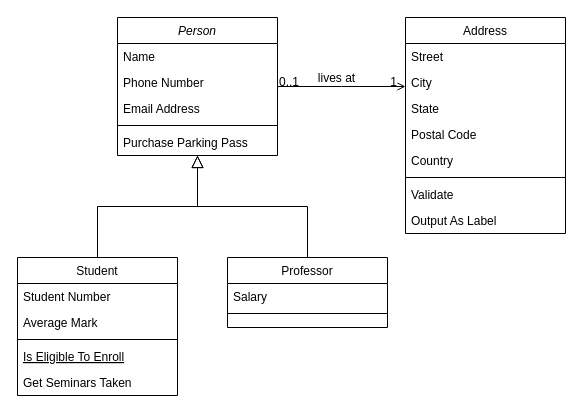
This is Diagramme sans nom.drawio from OnyxXs/JAVA_P4, a draw.io file, before an edit. Source tidied: cells renumbered, new cells numbered last; positions are measured from the earlier drawing's top-left corner, leaving out a move shared by most shapes. Both pictures are drawn from the tidied source at 100%, with x=0, y=0 at pixel (17, 17).
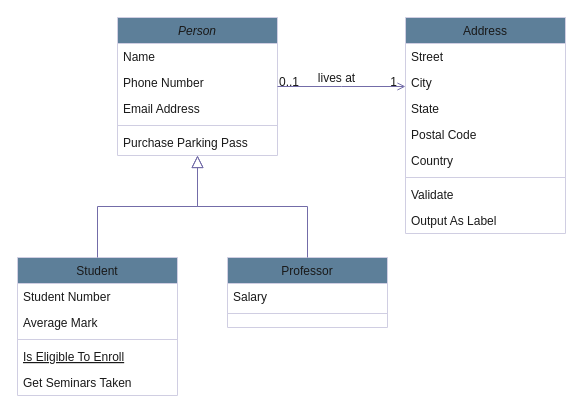
After the change.

Commit message:
Mettre à jour Diagramme sans nom.drawio

The edit, as a diff of the source:
```diff
@@
-    <mxCell id="2" value="Person" style="swimlane;fontStyle=2;align=center;verticalAlign=top;horizontal=1;startSize=26;rounded=0;shadow=0;strokeWidth=1;" parent="1" vertex="1">
+    <mxCell id="2" value="Person" style="swimlane;fontStyle=2;align=center;verticalAlign=top;horizontal=1;startSize=26;rounded=0;shadow=0;strokeWidth=1;labelBackgroundColor=none;fillColor=#5D7F99;strokeColor=#D0CEE2;fontColor=#1A1A1A;" parent="1" vertex="1">
       <mxGeometry x="100" width="160" height="138" as="geometry" />
     </mxCell>
-    <mxCell id="3" value="Name" style="text;align=left;verticalAlign=top;spacingLeft=4;spacingRight=4;overflow=hidden;" parent="2" vertex="1">
+    <mxCell id="3" value="Name" style="text;align=left;verticalAlign=top;spacingLeft=4;spacingRight=4;overflow=hidden;labelBackgroundColor=none;fontColor=#1A1A1A;" parent="2" vertex="1">
       <mxGeometry y="26" width="160" height="26" as="geometry" />
     </mxCell>
-    <mxCell id="4" value="Phone Number" style="text;align=left;verticalAlign=top;spacingLeft=4;spacingRight=4;overflow=hidden;rounded=0;shadow=0;html=0;" parent="2" vertex="1">
+    <mxCell id="4" value="Phone Number" style="text;align=left;verticalAlign=top;spacingLeft=4;spacingRight=4;overflow=hidden;rounded=0;shadow=0;html=0;labelBackgroundColor=none;fontColor=#1A1A1A;" parent="2" vertex="1">
       <mxGeometry y="52" width="160" height="26" as="geometry" />
     </mxCell>
-    <mxCell id="5" value="Email Address" style="text;align=left;verticalAlign=top;spacingLeft=4;spacingRight=4;overflow=hidden;rounded=0;shadow=0;html=0;" parent="2" vertex="1">
+    <mxCell id="5" value="Email Address" style="text;align=left;verticalAlign=top;spacingLeft=4;spacingRight=4;overflow=hidden;rounded=0;shadow=0;html=0;labelBackgroundColor=none;fontColor=#1A1A1A;" parent="2" vertex="1">
       <mxGeometry y="78" width="160" height="26" as="geometry" />
     </mxCell>
-    <mxCell id="6" style="line;html=1;strokeWidth=1;align=left;verticalAlign=middle;spacingTop=-1;spacingLeft=3;spacingRight=3;labelPosition=right;" parent="2" vertex="1">
+    <mxCell id="6" style="line;html=1;strokeWidth=1;align=left;verticalAlign=middle;spacingTop=-1;spacingLeft=3;spacingRight=3;labelPosition=right;labelBackgroundColor=none;fillColor=#5D7F99;strokeColor=#D0CEE2;fontColor=#1A1A1A;" parent="2" vertex="1">
       <mxGeometry y="104" width="160" height="8" as="geometry" />
     </mxCell>
-    <mxCell id="7" value="Purchase Parking Pass" style="text;align=left;verticalAlign=top;spacingLeft=4;spacingRight=4;overflow=hidden;" parent="2" vertex="1">
+    <mxCell id="7" value="Purchase Parking Pass" style="text;align=left;verticalAlign=top;spacingLeft=4;spacingRight=4;overflow=hidden;labelBackgroundColor=none;fontColor=#1A1A1A;" parent="2" vertex="1">
       <mxGeometry y="112" width="160" height="26" as="geometry" />
     </mxCell>
-    <mxCell id="8" value="Student" style="swimlane;fontStyle=0;align=center;verticalAlign=top;horizontal=1;startSize=26;rounded=0;shadow=0;strokeWidth=1;" parent="1" vertex="1">
+    <mxCell id="8" value="Student" style="swimlane;fontStyle=0;align=center;verticalAlign=top;horizontal=1;startSize=26;rounded=0;shadow=0;strokeWidth=1;labelBackgroundColor=none;fillColor=#5D7F99;strokeColor=#D0CEE2;fontColor=#1A1A1A;" parent="1" vertex="1">
       <mxGeometry y="240" width="160" height="138" as="geometry" />
     </mxCell>
-    <mxCell id="9" value="Student Number" style="text;align=left;verticalAlign=top;spacingLeft=4;spacingRight=4;overflow=hidden;" parent="8" vertex="1">
+    <mxCell id="9" value="Student Number" style="text;align=left;verticalAlign=top;spacingLeft=4;spacingRight=4;overflow=hidden;labelBackgroundColor=none;fontColor=#1A1A1A;" parent="8" vertex="1">
       <mxGeometry y="26" width="160" height="26" as="geometry" />
     </mxCell>
-    <mxCell id="10" value="Average Mark" style="text;align=left;verticalAlign=top;spacingLeft=4;spacingRight=4;overflow=hidden;rounded=0;shadow=0;html=0;" parent="8" vertex="1">
+    <mxCell id="10" value="Average Mark" style="text;align=left;verticalAlign=top;spacingLeft=4;spacingRight=4;overflow=hidden;rounded=0;shadow=0;html=0;labelBackgroundColor=none;fontColor=#1A1A1A;" parent="8" vertex="1">
       <mxGeometry y="52" width="160" height="26" as="geometry" />
     </mxCell>
-    <mxCell id="11" style="line;html=1;strokeWidth=1;align=left;verticalAlign=middle;spacingTop=-1;spacingLeft=3;spacingRight=3;labelPosition=right;" parent="8" vertex="1">
+    <mxCell id="11" style="line;html=1;strokeWidth=1;align=left;verticalAlign=middle;spacingTop=-1;spacingLeft=3;spacingRight=3;labelPosition=right;labelBackgroundColor=none;fillColor=#5D7F99;strokeColor=#D0CEE2;fontColor=#1A1A1A;" parent="8" vertex="1">
       <mxGeometry y="78" width="160" height="8" as="geometry" />
     </mxCell>
-    <mxCell id="12" value="Is Eligible To Enroll" style="text;align=left;verticalAlign=top;spacingLeft=4;spacingRight=4;overflow=hidden;fontStyle=4;" parent="8" vertex="1">
+    <mxCell id="12" value="Is Eligible To Enroll" style="text;align=left;verticalAlign=top;spacingLeft=4;spacingRight=4;overflow=hidden;fontStyle=4;labelBackgroundColor=none;fontColor=#1A1A1A;" parent="8" vertex="1">
       <mxGeometry y="86" width="160" height="26" as="geometry" />
     </mxCell>
-    <mxCell id="13" value="Get Seminars Taken" style="text;align=left;verticalAlign=top;spacingLeft=4;spacingRight=4;overflow=hidden;" parent="8" vertex="1">
+    <mxCell id="13" value="Get Seminars Taken" style="text;align=left;verticalAlign=top;spacingLeft=4;spacingRight=4;overflow=hidden;labelBackgroundColor=none;fontColor=#1A1A1A;" parent="8" vertex="1">
       <mxGeometry y="112" width="160" height="26" as="geometry" />
     </mxCell>
-    <mxCell id="14" style="endArrow=block;endSize=10;endFill=0;shadow=0;strokeWidth=1;rounded=0;edgeStyle=elbowEdgeStyle;elbow=vertical;" parent="1" edge="1" source="8" target="2">
+    <mxCell id="14" style="endArrow=block;endSize=10;endFill=0;shadow=0;strokeWidth=1;rounded=0;edgeStyle=elbowEdgeStyle;elbow=vertical;labelBackgroundColor=none;strokeColor=#736CA8;fontColor=default;" parent="1" edge="1" source="8" target="2">
       <mxGeometry relative="1" as="geometry" />
     </mxCell>
-    <mxCell id="15" value="Professor" style="swimlane;fontStyle=0;align=center;verticalAlign=top;horizontal=1;startSize=26;rounded=0;shadow=0;strokeWidth=1;" parent="1" vertex="1">
+    <mxCell id="15" value="Professor" style="swimlane;fontStyle=0;align=center;verticalAlign=top;horizontal=1;startSize=26;rounded=0;shadow=0;strokeWidth=1;labelBackgroundColor=none;fillColor=#5D7F99;strokeColor=#D0CEE2;fontColor=#1A1A1A;" parent="1" vertex="1">
       <mxGeometry x="210" y="240" width="160" height="70" as="geometry" />
     </mxCell>
-    <mxCell id="16" value="Salary" style="text;align=left;verticalAlign=top;spacingLeft=4;spacingRight=4;overflow=hidden;" parent="15" vertex="1">
+    <mxCell id="16" value="Salary" style="text;align=left;verticalAlign=top;spacingLeft=4;spacingRight=4;overflow=hidden;labelBackgroundColor=none;fontColor=#1A1A1A;" parent="15" vertex="1">
       <mxGeometry y="26" width="160" height="26" as="geometry" />
     </mxCell>
-    <mxCell id="17" style="line;html=1;strokeWidth=1;align=left;verticalAlign=middle;spacingTop=-1;spacingLeft=3;spacingRight=3;labelPosition=right;" parent="15" vertex="1">
+    <mxCell id="17" style="line;html=1;strokeWidth=1;align=left;verticalAlign=middle;spacingTop=-1;spacingLeft=3;spacingRight=3;labelPosition=right;labelBackgroundColor=none;fillColor=#5D7F99;strokeColor=#D0CEE2;fontColor=#1A1A1A;" parent="15" vertex="1">
       <mxGeometry y="52" width="160" height="8" as="geometry" />
     </mxCell>
-    <mxCell id="18" style="endArrow=block;endSize=10;endFill=0;shadow=0;strokeWidth=1;rounded=0;edgeStyle=elbowEdgeStyle;elbow=vertical;" parent="1" edge="1" source="15" target="2">
+    <mxCell id="18" style="endArrow=block;endSize=10;endFill=0;shadow=0;strokeWidth=1;rounded=0;edgeStyle=elbowEdgeStyle;elbow=vertical;labelBackgroundColor=none;strokeColor=#736CA8;fontColor=default;" parent="1" edge="1" source="15" target="2">
       <mxGeometry relative="1" as="geometry" />
     </mxCell>
-    <mxCell id="19" value="Address" style="swimlane;fontStyle=0;align=center;verticalAlign=top;horizontal=1;startSize=26;rounded=0;shadow=0;strokeWidth=1;" parent="1" vertex="1">
+    <mxCell id="19" value="Address" style="swimlane;fontStyle=0;align=center;verticalAlign=top;horizontal=1;startSize=26;rounded=0;shadow=0;strokeWidth=1;labelBackgroundColor=none;fillColor=#5D7F99;strokeColor=#D0CEE2;fontColor=#1A1A1A;" parent="1" vertex="1">
       <mxGeometry x="388" width="160" height="216" as="geometry" />
     </mxCell>
-    <mxCell id="20" value="Street" style="text;align=left;verticalAlign=top;spacingLeft=4;spacingRight=4;overflow=hidden;" parent="19" vertex="1">
+    <mxCell id="20" value="Street" style="text;align=left;verticalAlign=top;spacingLeft=4;spacingRight=4;overflow=hidden;labelBackgroundColor=none;fontColor=#1A1A1A;" parent="19" vertex="1">
       <mxGeometry y="26" width="160" height="26" as="geometry" />
     </mxCell>
-    <mxCell id="21" value="City" style="text;align=left;verticalAlign=top;spacingLeft=4;spacingRight=4;overflow=hidden;rounded=0;shadow=0;html=0;" parent="19" vertex="1">
+    <mxCell id="21" value="City" style="text;align=left;verticalAlign=top;spacingLeft=4;spacingRight=4;overflow=hidden;rounded=0;shadow=0;html=0;labelBackgroundColor=none;fontColor=#1A1A1A;" parent="19" vertex="1">
       <mxGeometry y="52" width="160" height="26" as="geometry" />
     </mxCell>
-    <mxCell id="22" value="State" style="text;align=left;verticalAlign=top;spacingLeft=4;spacingRight=4;overflow=hidden;rounded=0;shadow=0;html=0;" parent="19" vertex="1">
+    <mxCell id="22" value="State" style="text;align=left;verticalAlign=top;spacingLeft=4;spacingRight=4;overflow=hidden;rounded=0;shadow=0;html=0;labelBackgroundColor=none;fontColor=#1A1A1A;" parent="19" vertex="1">
       <mxGeometry y="78" width="160" height="26" as="geometry" />
     </mxCell>
-    <mxCell id="23" value="Postal Code" style="text;align=left;verticalAlign=top;spacingLeft=4;spacingRight=4;overflow=hidden;rounded=0;shadow=0;html=0;" parent="19" vertex="1">
+    <mxCell id="23" value="Postal Code" style="text;align=left;verticalAlign=top;spacingLeft=4;spacingRight=4;overflow=hidden;rounded=0;shadow=0;html=0;labelBackgroundColor=none;fontColor=#1A1A1A;" parent="19" vertex="1">
       <mxGeometry y="104" width="160" height="26" as="geometry" />
     </mxCell>
-    <mxCell id="24" value="Country" style="text;align=left;verticalAlign=top;spacingLeft=4;spacingRight=4;overflow=hidden;rounded=0;shadow=0;html=0;" parent="19" vertex="1">
+    <mxCell id="24" value="Country" style="text;align=left;verticalAlign=top;spacingLeft=4;spacingRight=4;overflow=hidden;rounded=0;shadow=0;html=0;labelBackgroundColor=none;fontColor=#1A1A1A;" parent="19" vertex="1">
       <mxGeometry y="130" width="160" height="26" as="geometry" />
     </mxCell>
-    <mxCell id="25" style="line;html=1;strokeWidth=1;align=left;verticalAlign=middle;spacingTop=-1;spacingLeft=3;spacingRight=3;labelPosition=right;" parent="19" vertex="1">
+    <mxCell id="25" style="line;html=1;strokeWidth=1;align=left;verticalAlign=middle;spacingTop=-1;spacingLeft=3;spacingRight=3;labelPosition=right;labelBackgroundColor=none;fillColor=#5D7F99;strokeColor=#D0CEE2;fontColor=#1A1A1A;" parent="19" vertex="1">
       <mxGeometry y="156" width="160" height="8" as="geometry" />
     </mxCell>
-    <mxCell id="26" value="Validate" style="text;align=left;verticalAlign=top;spacingLeft=4;spacingRight=4;overflow=hidden;" parent="19" vertex="1">
+    <mxCell id="26" value="Validate" style="text;align=left;verticalAlign=top;spacingLeft=4;spacingRight=4;overflow=hidden;labelBackgroundColor=none;fontColor=#1A1A1A;" parent="19" vertex="1">
       <mxGeometry y="164" width="160" height="26" as="geometry" />
     </mxCell>
-    <mxCell id="27" value="Output As Label" style="text;align=left;verticalAlign=top;spacingLeft=4;spacingRight=4;overflow=hidden;" parent="19" vertex="1">
+    <mxCell id="27" value="Output As Label" style="text;align=left;verticalAlign=top;spacingLeft=4;spacingRight=4;overflow=hidden;labelBackgroundColor=none;fontColor=#1A1A1A;" parent="19" vertex="1">
       <mxGeometry y="190" width="160" height="26" as="geometry" />
     </mxCell>
-    <mxCell id="28" style="endArrow=open;shadow=0;strokeWidth=1;rounded=0;endFill=1;edgeStyle=elbowEdgeStyle;elbow=vertical;" parent="1" edge="1" source="2" target="19">
+    <mxCell id="28" style="endArrow=open;shadow=0;strokeWidth=1;rounded=0;endFill=1;edgeStyle=elbowEdgeStyle;elbow=vertical;labelBackgroundColor=none;strokeColor=#736CA8;fontColor=default;" parent="1" edge="1" source="2" target="19">
       <mxGeometry x="0.5" y="41" relative="1" as="geometry">
         <mxPoint x="-40" y="32" as="offset" />
       </mxGeometry>
     </mxCell>
-    <mxCell id="29" value="0..1" style="align=left;verticalAlign=bottom;labelBackgroundColor=none;fontSize=12;" parent="28" vertex="1">
+    <mxCell id="29" value="0..1" style="align=left;verticalAlign=bottom;labelBackgroundColor=none;fontSize=12;fillColor=#5D7F99;strokeColor=#D0CEE2;fontColor=#1A1A1A;" parent="28" vertex="1">
       <mxGeometry x="-1" relative="1" as="geometry">
         <mxPoint y="4" as="offset" />
       </mxGeometry>
     </mxCell>
-    <mxCell id="30" value="1" style="align=right;verticalAlign=bottom;labelBackgroundColor=none;fontSize=12;" parent="28" vertex="1">
+    <mxCell id="30" value="1" style="align=right;verticalAlign=bottom;labelBackgroundColor=none;fontSize=12;fillColor=#5D7F99;strokeColor=#D0CEE2;fontColor=#1A1A1A;" parent="28" vertex="1">
       <mxGeometry x="1" relative="1" as="geometry">
         <mxPoint x="-7" y="4" as="offset" />
       </mxGeometry>
     </mxCell>
-    <mxCell id="31" value="lives at" style="text;html=1;align=center;verticalAlign=middle;labelBackgroundColor=none;rounded=0;shadow=0;strokeWidth=1;fontSize=12;" parent="28" vertex="1">
+    <mxCell id="31" value="lives at" style="text;html=1;align=center;verticalAlign=middle;labelBackgroundColor=none;rounded=0;shadow=0;strokeWidth=1;fontSize=12;fontColor=#1A1A1A;" parent="28" vertex="1">
       <mxGeometry x="0.5" y="49" relative="1" as="geometry">
         <mxPoint x="-38" y="40" as="offset" />
       </mxGeometry>
     </mxCell>
```
